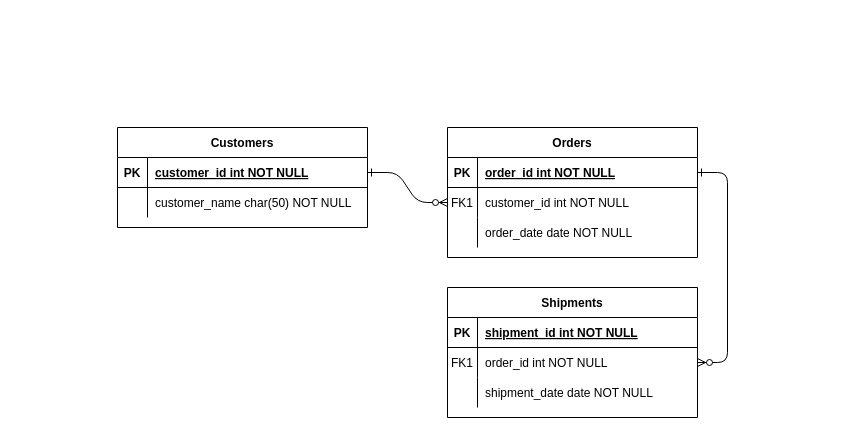
The draw.io diagram Untitled Diagram.drawio in ericli1228/ERD, before the edit. Source tidied: cells renumbered, new cells numbered last; positions are measured from the earlier drawing's top-left corner, leaving out a move shared by most shapes. Both pictures are drawn from the tidied source at 100%, with x=0, y=0 at pixel (117, 127).
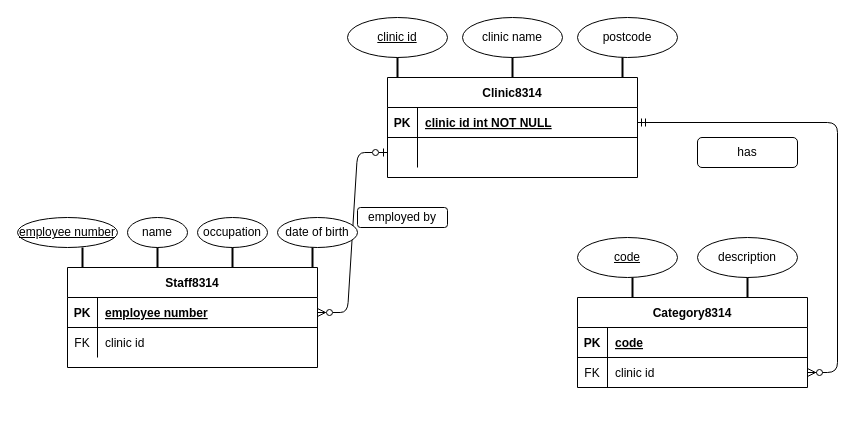
Above is the later version.

The change refers to these unchanged cells:
```xml
<mxCell id="5" style="shape=partialRectangle;fillColor=none;points=[[0,0.5],[1,0.5]];portConstraint=eastwest;top=0;left=0;right=0;bottom=1;" parent="4" vertex="1">
  <mxGeometry y="30" width="250" height="30" as="geometry" />
</mxCell>
<mxCell id="25" style="shape=partialRectangle;fillColor=none;points=[[0,0.5],[1,0.5]];portConstraint=eastwest;top=0;left=0;right=0;bottom=1;" parent="24" vertex="1">
  <mxGeometry y="30" width="250" height="30" as="geometry" />
</mxCell>
<mxCell id="28" style="shape=partialRectangle;fillColor=none;top=0;left=0;right=0;bottom=0;" parent="24" vertex="1">
  <mxGeometry y="60" width="250" height="30" as="geometry" />
</mxCell>
```

Change to the diagram source:
```diff
@@
-    <mxCell id="2" style="edgeStyle=entityRelationEdgeStyle;endArrow=ERzeroToMany;startArrow=ERone;endFill=1;startFill=0;" parent="1" edge="1" source="25" target="8">
-      <mxGeometry relative="1" as="geometry" />
+    <mxCell id="2" style="edgeStyle=entityRelationEdgeStyle;endArrow=ERzeroToOne;startArrow=ERzeroToMany;endFill=0;startFill=0;html=1;" parent="1" edge="1" source="25">
+      <mxGeometry relative="1" as="geometry">
+        <mxPoint x="270" y="25" as="targetPoint" />
+      </mxGeometry>
     </mxCell>
-    <mxCell id="3" style="edgeStyle=entityRelationEdgeStyle;endArrow=ERzeroToMany;startArrow=ERone;endFill=1;startFill=0;" parent="1" edge="1" source="5" target="18">
+    <mxCell id="3" style="edgeStyle=entityRelationEdgeStyle;endArrow=ERzeroToMany;startArrow=ERmandOne;endFill=1;startFill=0;" parent="1" edge="1" source="5" target="18">
       <mxGeometry relative="1" as="geometry" />
     </mxCell>
-    <mxCell id="4" value="Orders" style="shape=table;startSize=30;childLayout=tableLayout;rowLines=0;fontStyle=1;align=center;" parent="1" vertex="1">
-      <mxGeometry x="330" width="250" height="130" as="geometry" />
+    <mxCell id="4" value="Clinic8314" style="shape=table;startSize=30;childLayout=tableLayout;rowLines=0;fontStyle=1;align=center;" parent="1" vertex="1">
+      <mxGeometry x="270" y="-50" width="250" height="100" as="geometry" />
     </mxCell>
@@
-    <mxCell id="7" value="order_id int NOT NULL " style="shape=partialRectangle;overflow=hidden;fillColor=none;top=0;left=0;bottom=0;right=0;align=left;spacingLeft=6;fontStyle=5;" parent="5" vertex="1">
+    <mxCell id="7" value="clinic id int NOT NULL " style="shape=partialRectangle;overflow=hidden;fillColor=none;top=0;left=0;bottom=0;right=0;align=left;spacingLeft=6;fontStyle=5;" parent="5" vertex="1">
       <mxGeometry x="30" width="220" height="30" as="geometry" />
     </mxCell>
-    <mxCell id="8" style="shape=partialRectangle;fillColor=none;points=[[0,0.5],[1,0.5]];portConstraint=eastwest;top=0;left=0;right=0;bottom=0;" parent="4" vertex="1">
-      <mxGeometry y="60" width="250" height="30" as="geometry" />
-    </mxCell>
-    <mxCell id="9" value="FK1" style="shape=partialRectangle;overflow=hidden;fillColor=none;top=0;left=0;bottom=0;right=0;" parent="8" vertex="1">
-      <mxGeometry width="30" height="30" as="geometry" />
-    </mxCell>
-    <mxCell id="10" value="customer_id int NOT NULL" style="shape=partialRectangle;overflow=hidden;fillColor=none;top=0;left=0;bottom=0;right=0;align=left;spacingLeft=6;" parent="8" vertex="1">
-      <mxGeometry x="30" width="220" height="30" as="geometry" />
-    </mxCell>
     <mxCell id="11" style="shape=partialRectangle;fillColor=none;top=0;left=0;right=0;bottom=0;" parent="4" vertex="1">
-      <mxGeometry y="90" width="250" height="30" as="geometry" />
+      <mxGeometry y="60" width="250" height="30" as="geometry" />
     </mxCell>
@@
-    <mxCell id="13" value="order_date date NOT NULL" style="shape=partialRectangle;overflow=hidden;fillColor=none;top=0;left=0;bottom=0;right=0;align=left;spacingLeft=6;" parent="11" vertex="1">
+    <mxCell id="13" style="shape=partialRectangle;overflow=hidden;fillColor=none;top=0;left=0;bottom=0;right=0;align=left;spacingLeft=6;" parent="11" vertex="1">
       <mxGeometry x="30" width="220" height="30" as="geometry" />
     </mxCell>
-    <mxCell id="14" value="Shipments" style="shape=table;startSize=30;childLayout=tableLayout;rowLines=0;fontStyle=1;align=center;" parent="1" vertex="1">
-      <mxGeometry x="330" y="160" width="250" height="130" as="geometry" />
+    <mxCell id="14" value="Category8314" style="shape=table;startSize=30;childLayout=tableLayout;rowLines=0;fontStyle=1;align=center;" parent="1" vertex="1">
+      <mxGeometry x="460" y="170" width="230" height="90" as="geometry" />
     </mxCell>
     <mxCell id="15" style="shape=partialRectangle;fillColor=none;top=0;left=0;right=0;bottom=1;" parent="14" vertex="1">
-      <mxGeometry y="30" width="250" height="30" as="geometry" />
+      <mxGeometry y="30" width="230" height="30" as="geometry" />
     </mxCell>
@@
-    <mxCell id="17" value="shipment_id int NOT NULL " style="shape=partialRectangle;overflow=hidden;fillColor=none;top=0;left=0;bottom=0;right=0;align=left;spacingLeft=6;fontStyle=5;" parent="15" vertex="1">
-      <mxGeometry x="30" width="220" height="30" as="geometry" />
+    <mxCell id="17" value="code" style="shape=partialRectangle;overflow=hidden;fillColor=none;top=0;left=0;bottom=0;right=0;align=left;spacingLeft=6;fontStyle=5;" parent="15" vertex="1">
+      <mxGeometry x="30" width="200" height="30" as="geometry" />
     </mxCell>
     <mxCell id="18" style="shape=partialRectangle;fillColor=none;points=[[0,0.5],[1,0.5]];portConstraint=eastwest;top=0;left=0;right=0;bottom=0;" parent="14" vertex="1">
-      <mxGeometry y="60" width="250" height="30" as="geometry" />
+      <mxGeometry y="60" width="230" height="30" as="geometry" />
     </mxCell>
-    <mxCell id="19" value="FK1" style="shape=partialRectangle;overflow=hidden;fillColor=none;top=0;left=0;bottom=0;right=0;" parent="18" vertex="1">
+    <mxCell id="19" value="FK" style="shape=partialRectangle;overflow=hidden;fillColor=none;top=0;left=0;bottom=0;right=0;" parent="18" vertex="1">
       <mxGeometry width="30" height="30" as="geometry" />
     </mxCell>
-    <mxCell id="20" value="order_id int NOT NULL" style="shape=partialRectangle;overflow=hidden;fillColor=none;top=0;left=0;bottom=0;right=0;align=left;spacingLeft=6;" parent="18" vertex="1">
-      <mxGeometry x="30" width="220" height="30" as="geometry" />
+    <mxCell id="20" value="clinic id" style="shape=partialRectangle;overflow=hidden;fillColor=none;top=0;left=0;bottom=0;right=0;align=left;spacingLeft=6;" parent="18" vertex="1">
+      <mxGeometry x="30" width="200" height="30" as="geometry" />
     </mxCell>
-    <mxCell id="21" style="shape=partialRectangle;fillColor=none;top=0;left=0;right=0;bottom=0;" parent="14" vertex="1">
-      <mxGeometry y="90" width="250" height="30" as="geometry" />
-    </mxCell>
-    <mxCell id="22" style="shape=partialRectangle;overflow=hidden;fillColor=none;top=0;left=0;bottom=0;right=0;" parent="21" vertex="1">
-      <mxGeometry width="30" height="30" as="geometry" />
-    </mxCell>
-    <mxCell id="23" value="shipment_date date NOT NULL" style="shape=partialRectangle;overflow=hidden;fillColor=none;top=0;left=0;bottom=0;right=0;align=left;spacingLeft=6;" parent="21" vertex="1">
-      <mxGeometry x="30" width="220" height="30" as="geometry" />
-    </mxCell>
-    <mxCell id="24" value="Customers" style="shape=table;startSize=30;childLayout=tableLayout;rowLines=0;fontStyle=1;align=center;" parent="1" vertex="1">
-      <mxGeometry width="250" height="100" as="geometry" />
+    <mxCell id="24" value="Staff8314" style="shape=table;startSize=30;childLayout=tableLayout;rowLines=0;fontStyle=1;align=center;" parent="1" vertex="1">
+      <mxGeometry x="-50" y="140" width="250" height="100" as="geometry" />
     </mxCell>
@@
-    <mxCell id="27" value="customer_id int NOT NULL " style="shape=partialRectangle;overflow=hidden;fillColor=none;top=0;left=0;bottom=0;right=0;align=left;spacingLeft=6;fontStyle=5;" parent="25" vertex="1">
+    <mxCell id="27" value="employee number" style="shape=partialRectangle;overflow=hidden;fillColor=none;top=0;left=0;bottom=0;right=0;align=left;spacingLeft=6;fontStyle=5;" parent="25" vertex="1">
       <mxGeometry x="30" width="220" height="30" as="geometry" />
     </mxCell>
@@
-    <mxCell id="29" style="shape=partialRectangle;overflow=hidden;fillColor=none;top=0;left=0;bottom=0;right=0;" parent="28" vertex="1">
+    <mxCell id="29" value="FK" style="shape=partialRectangle;overflow=hidden;fillColor=none;top=0;left=0;bottom=0;right=0;" parent="28" vertex="1">
       <mxGeometry width="30" height="30" as="geometry" />
     </mxCell>
-    <mxCell id="30" value="customer_name char(50) NOT NULL" style="shape=partialRectangle;overflow=hidden;fillColor=none;top=0;left=0;bottom=0;right=0;align=left;spacingLeft=6;" parent="28" vertex="1">
+    <mxCell id="30" value="clinic id" style="shape=partialRectangle;overflow=hidden;fillColor=none;top=0;left=0;bottom=0;right=0;align=left;spacingLeft=6;" parent="28" vertex="1">
       <mxGeometry x="30" width="220" height="30" as="geometry" />
     </mxCell>
+    <mxCell id="31" value="clinic id" style="ellipse;whiteSpace=wrap;html=1;align=center;fontStyle=4;" parent="1" vertex="1">
+      <mxGeometry x="230" y="-110" width="100" height="40" as="geometry" />
+    </mxCell>
+    <mxCell id="32" value="postcode" style="ellipse;whiteSpace=wrap;html=1;align=center;" parent="1" vertex="1">
+      <mxGeometry x="460" y="-110" width="100" height="40" as="geometry" />
+    </mxCell>
+    <mxCell id="33" value="clinic name" style="ellipse;whiteSpace=wrap;html=1;align=center;" parent="1" vertex="1">
+      <mxGeometry x="345" y="-110" width="100" height="40" as="geometry" />
+    </mxCell>
+    <mxCell id="34" style="line;strokeWidth=2;direction=south;html=1;" parent="1" vertex="1">
+      <mxGeometry x="275" y="-70" width="10" height="20" as="geometry" />
+    </mxCell>
+    <mxCell id="35" style="line;strokeWidth=2;direction=south;html=1;" parent="1" vertex="1">
+      <mxGeometry x="390" y="-70" width="10" height="20" as="geometry" />
+    </mxCell>
+    <mxCell id="36" style="line;strokeWidth=2;direction=south;html=1;" parent="1" vertex="1">
+      <mxGeometry x="500" y="-70" width="10" height="20" as="geometry" />
+    </mxCell>
+    <mxCell id="37" value="employee number" style="ellipse;whiteSpace=wrap;html=1;align=center;fontStyle=4;" parent="1" vertex="1">
+      <mxGeometry x="-100" y="90" width="100" height="30" as="geometry" />
+    </mxCell>
+    <mxCell id="38" value="name" style="ellipse;whiteSpace=wrap;html=1;align=center;" parent="1" vertex="1">
+      <mxGeometry x="10" y="90" width="60" height="30" as="geometry" />
+    </mxCell>
+    <mxCell id="39" value="occupation" style="ellipse;whiteSpace=wrap;html=1;align=center;" parent="1" vertex="1">
+      <mxGeometry x="80" y="90" width="70" height="30" as="geometry" />
+    </mxCell>
+    <mxCell id="40" value="date of birth" style="ellipse;whiteSpace=wrap;html=1;align=center;" parent="1" vertex="1">
+      <mxGeometry x="160" y="90" width="80" height="30" as="geometry" />
+    </mxCell>
+    <mxCell id="41" value="description" style="ellipse;whiteSpace=wrap;html=1;align=center;" parent="1" vertex="1">
+      <mxGeometry x="580" y="110" width="100" height="40" as="geometry" />
+    </mxCell>
+    <mxCell id="42" value="code" style="ellipse;whiteSpace=wrap;html=1;align=center;fontStyle=4;fillColor=none;" parent="1" vertex="1">
+      <mxGeometry x="460" y="110" width="100" height="40" as="geometry" />
+    </mxCell>
+    <mxCell id="43" style="line;strokeWidth=2;direction=south;html=1;fillColor=none;" parent="1" vertex="1">
+      <mxGeometry x="-40" y="120" width="10" height="20" as="geometry" />
+    </mxCell>
+    <mxCell id="44" style="line;strokeWidth=2;direction=south;html=1;fillColor=none;" parent="1" vertex="1">
+      <mxGeometry x="35" y="120" width="10" height="20" as="geometry" />
+    </mxCell>
+    <mxCell id="45" style="line;strokeWidth=2;direction=south;html=1;fillColor=none;" parent="1" vertex="1">
+      <mxGeometry x="110" y="120" width="10" height="20" as="geometry" />
+    </mxCell>
+    <mxCell id="46" style="line;strokeWidth=2;direction=south;html=1;fillColor=none;" parent="1" vertex="1">
+      <mxGeometry x="190" y="120" width="10" height="20" as="geometry" />
+    </mxCell>
+    <mxCell id="47" style="line;strokeWidth=2;direction=south;html=1;fillColor=none;" parent="1" vertex="1">
+      <mxGeometry x="510" y="150" width="10" height="20" as="geometry" />
+    </mxCell>
+    <mxCell id="48" style="line;strokeWidth=2;direction=south;html=1;fillColor=none;" parent="1" vertex="1">
+      <mxGeometry x="625" y="150" width="10" height="20" as="geometry" />
+    </mxCell>
+    <mxCell id="49" value="employed by" style="rounded=1;whiteSpace=wrap;html=1;labelBorderColor=none;fillColor=none;" parent="1" vertex="1">
+      <mxGeometry x="240" y="80" width="90" height="20" as="geometry" />
+    </mxCell>
+    <mxCell id="50" value="has" style="rounded=1;whiteSpace=wrap;html=1;labelBorderColor=none;fillColor=none;" parent="1" vertex="1">
+      <mxGeometry x="580" y="10" width="100" height="30" as="geometry" />
+    </mxCell>
```
